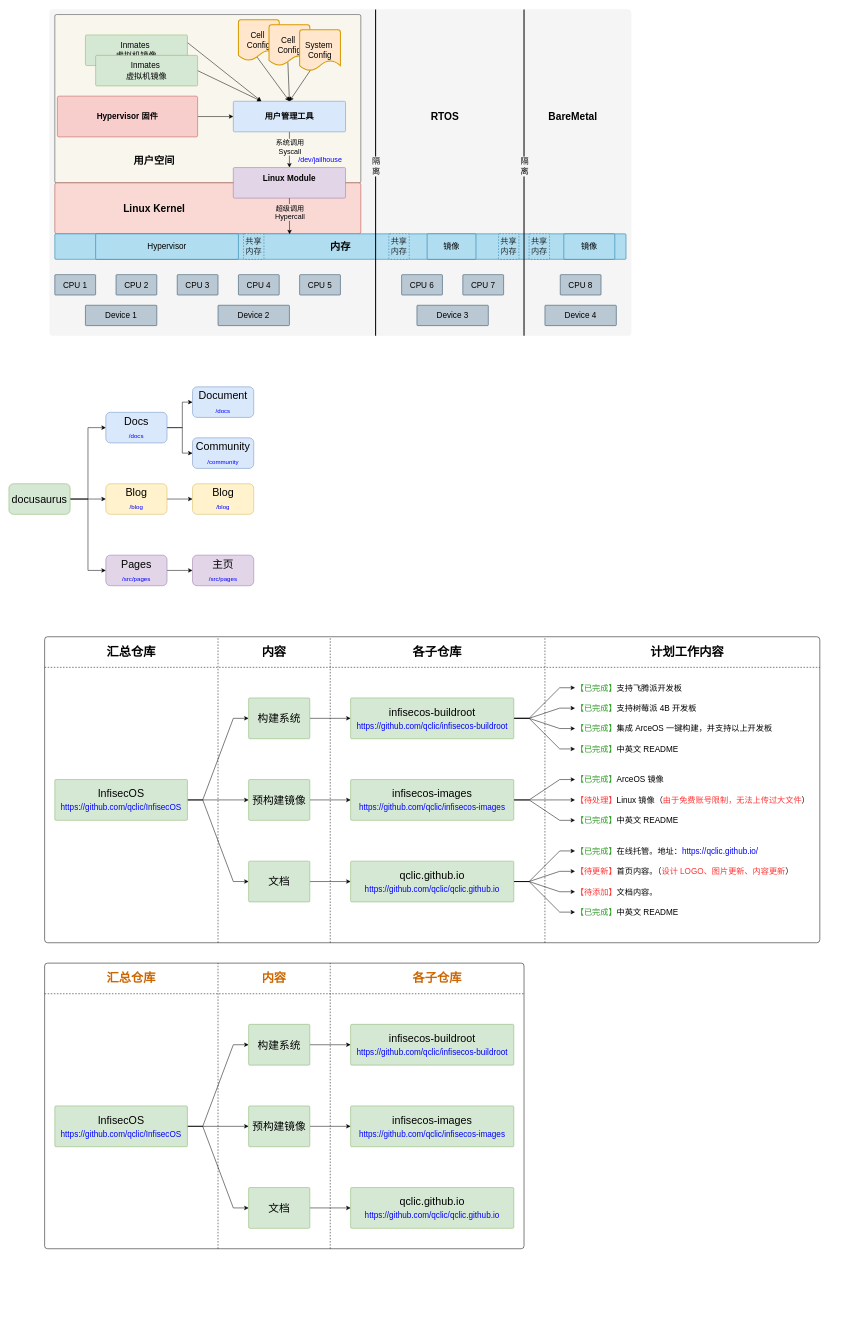
Above: page "arch" (1 of 3) of src/infisecos.drawio in qclic/qclic.github.io (draw.io), before the change. Source tidied: cells renumbered, new cells numbered last; positions are measured from the earlier drawing's top-left corner, leaving out a move shared by most shapes. Both pictures are drawn from the tidied source at 51%, with x=0, y=0 at pixel (9, 9).
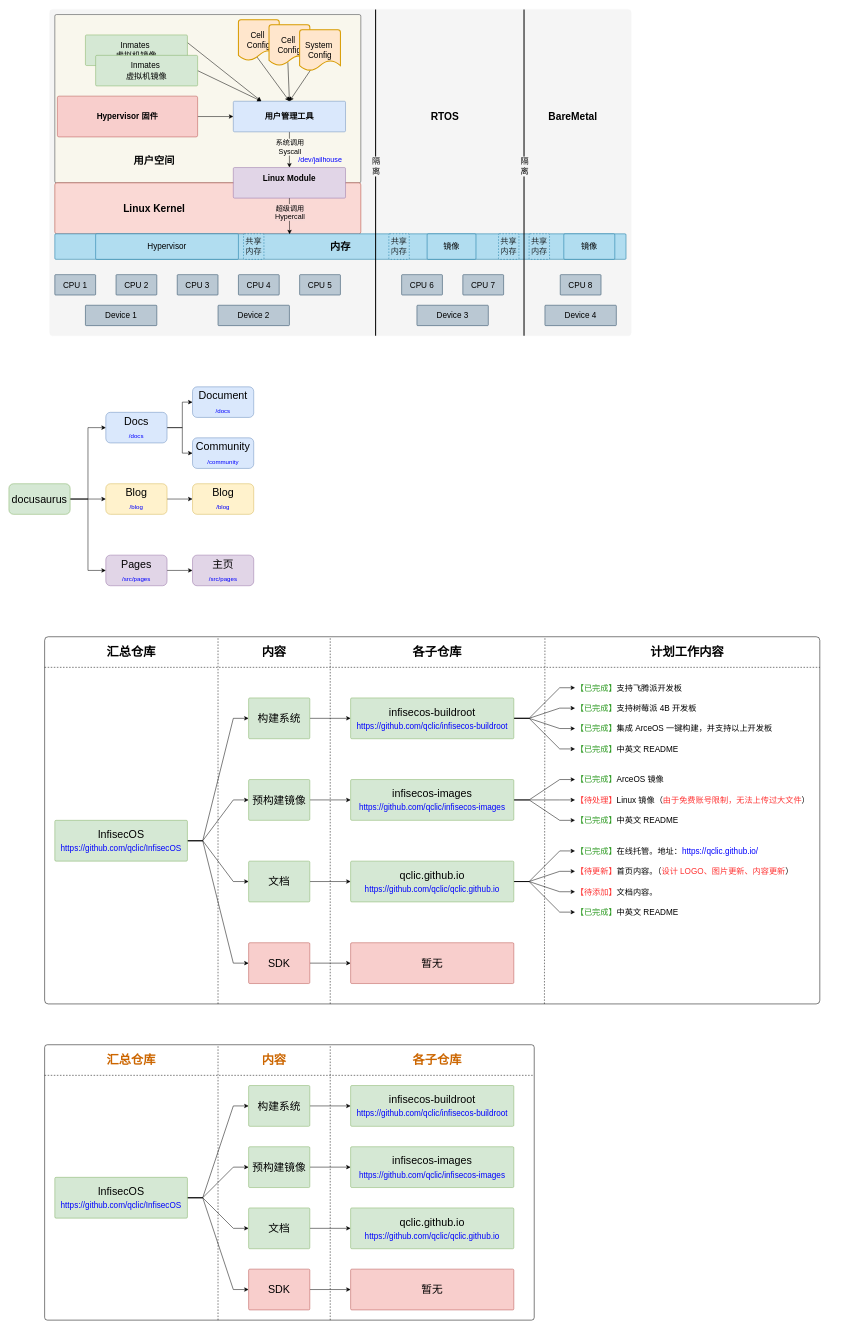
Above is the later version.

Unchanged cells that the change refers to:
```xml
<mxCell id="89" value="&lt;div&gt;预构建镜像&lt;/div&gt;" style="rounded=1;whiteSpace=wrap;html=1;fontSize=21;fillColor=#d5e8d4;strokeColor=#82b366;arcSize=3;" parent="1" vertex="1">
  <mxGeometry x="470" y="1510" width="120" height="80" as="geometry" />
</mxCell>
```

The edit, as a diff of the source:
```diff
@@
     <mxCell id="2" style="rounded=1;whiteSpace=wrap;html=1;arcSize=1;fillColor=none;" parent="1" vertex="1">
-      <mxGeometry x="70" y="1230" width="1520" height="600" as="geometry" />
+      <mxGeometry x="70" y="1230" width="1520" height="720" as="geometry" />
     </mxCell>
@@
-    <mxCell id="83" style="edgeStyle=orthogonalEdgeStyle;rounded=0;jettySize=auto;html=1;" parent="1" edge="1" source="85" target="89">
+    <mxCell id="83" style="edgeStyle=entityRelationEdgeStyle;rounded=0;jettySize=auto;html=1;" parent="1" edge="1" source="85" target="89">
       <mxGeometry relative="1" as="geometry" />
     </mxCell>
@@
+    <mxCell id="131" style="edgeStyle=entityRelationEdgeStyle;rounded=0;jettySize=auto;html=1;entryX=0;entryY=0.5;entryDx=0;entryDy=0;" parent="1" edge="1" source="85" target="134">
+      <mxGeometry relative="1" as="geometry" />
+    </mxCell>
     <mxCell id="85" value="&lt;div&gt;InfisecOS&lt;/div&gt;&lt;div&gt;&lt;font color=&quot;#0000ff&quot;&gt;&lt;span style=&quot;font-size: 16px;&quot;&gt;https://github.com/qclic/InfisecOS&lt;/span&gt;&lt;/font&gt;&lt;br&gt;&lt;/div&gt;" style="rounded=1;whiteSpace=wrap;html=1;fontSize=21;fillColor=#d5e8d4;strokeColor=#82b366;arcSize=3;" parent="1" vertex="1">
-      <mxGeometry x="90" y="1510" width="260" height="80" as="geometry" />
+      <mxGeometry x="90" y="1590" width="260" height="80" as="geometry" />
     </mxCell>
@@
     <mxCell id="98" value="&lt;font color=&quot;#ff3333&quot;&gt;【待处理】&lt;/font&gt;Linux 镜像（&lt;font color=&quot;#ff3333&quot;&gt;由于免费账号限制，无法上传过大文件&lt;/font&gt;）" style="text;html=1;align=left;verticalAlign=middle;whiteSpace=wrap;rounded=0;fontSize=16;" parent="1" vertex="1">
-      <mxGeometry x="1110" y="1530" width="539.2" height="40" as="geometry" />
+      <mxGeometry x="1110" y="1530" width="470" height="40" as="geometry" />
     </mxCell>
@@
     <mxCell id="103" style="endArrow=none;dashed=1;html=1;rounded=0;" parent="1" edge="1">
       <mxGeometry relative="1" as="geometry">
-        <mxPoint x="410" y="1830" as="sourcePoint" />
+        <mxPoint x="410" y="1950" as="sourcePoint" />
         <mxPoint x="410" y="1230" as="targetPoint" />
       </mxGeometry>
     </mxCell>
     <mxCell id="104" style="endArrow=none;dashed=1;html=1;rounded=0;" parent="1" edge="1">
       <mxGeometry relative="1" as="geometry">
-        <mxPoint x="630" y="1830" as="sourcePoint" />
+        <mxPoint x="630" y="1950" as="sourcePoint" />
         <mxPoint x="630" y="1230" as="targetPoint" />
       </mxGeometry>
     </mxCell>
     <mxCell id="105" style="endArrow=none;dashed=1;html=1;rounded=0;" parent="1" edge="1">
       <mxGeometry relative="1" as="geometry">
-        <mxPoint x="1051" y="1830" as="sourcePoint" />
+        <mxPoint x="1050" y="1950" as="sourcePoint" />
         <mxPoint x="1051" y="1230" as="targetPoint" />
       </mxGeometry>
     </mxCell>
@@
     <mxCell id="111" style="rounded=1;whiteSpace=wrap;html=1;arcSize=1;fillColor=none;" parent="1" vertex="1">
-      <mxGeometry x="70" y="1870" width="940" height="560" as="geometry" />
+      <mxGeometry x="70" y="2030" width="960" height="540" as="geometry" />
     </mxCell>
     <mxCell id="112" value="qclic.github.io&lt;div&gt;&lt;span style=&quot;color: rgb(0, 0, 255); font-size: 16px; background-color: initial;&quot;&gt;https://github.com/qclic/qclic.github.io&lt;/span&gt;&lt;br&gt;&lt;/div&gt;" style="rounded=1;whiteSpace=wrap;html=1;fontSize=21;fillColor=#d5e8d4;strokeColor=#82b366;arcSize=3;" parent="1" vertex="1">
-      <mxGeometry x="670" y="2310" width="320" height="80" as="geometry" />
+      <mxGeometry x="670" y="2350" width="320" height="80" as="geometry" />
     </mxCell>
     <mxCell id="113" value="&lt;div&gt;infisecos-images&lt;/div&gt;&lt;div&gt;&lt;font color=&quot;#0000ff&quot;&gt;&lt;span style=&quot;font-size: 16px;&quot;&gt;https://github.com/qclic/infisecos-images&lt;/span&gt;&lt;/font&gt;&lt;br&gt;&lt;/div&gt;" style="rounded=1;whiteSpace=wrap;html=1;fontSize=21;fillColor=#d5e8d4;strokeColor=#82b366;arcSize=3;" parent="1" vertex="1">
-      <mxGeometry x="670" y="2150" width="320" height="80" as="geometry" />
+      <mxGeometry x="670" y="2230" width="320" height="80" as="geometry" />
     </mxCell>
     <mxCell id="114" value="&lt;div&gt;infisecos-buildroot&lt;br&gt;&lt;/div&gt;&lt;div&gt;&lt;font color=&quot;#0000ff&quot;&gt;&lt;span style=&quot;font-size: 16px;&quot;&gt;https://github.com/qclic/infisecos-buildroot&lt;/span&gt;&lt;/font&gt;&lt;br&gt;&lt;/div&gt;" style="rounded=1;whiteSpace=wrap;html=1;fontSize=21;fillColor=#d5e8d4;strokeColor=#82b366;arcSize=3;" parent="1" vertex="1">
-      <mxGeometry x="670" y="1990" width="320" height="80" as="geometry" />
+      <mxGeometry x="670" y="2110" width="320" height="80" as="geometry" />
     </mxCell>
@@
-    <mxCell id="116" style="edgeStyle=orthogonalEdgeStyle;rounded=0;jettySize=auto;html=1;" parent="1" edge="1" source="118" target="122">
+    <mxCell id="116" style="edgeStyle=entityRelationEdgeStyle;rounded=0;jettySize=auto;html=1;" parent="1" edge="1" source="118" target="122">
       <mxGeometry relative="1" as="geometry" />
     </mxCell>
@@
+    <mxCell id="132" style="edgeStyle=entityRelationEdgeStyle;rounded=0;jettySize=auto;html=1;entryX=0;entryY=0.5;entryDx=0;entryDy=0;" parent="1" edge="1" source="118" target="137">
+      <mxGeometry relative="1" as="geometry" />
+    </mxCell>
     <mxCell id="118" value="&lt;div&gt;InfisecOS&lt;/div&gt;&lt;div&gt;&lt;font color=&quot;#0000ff&quot;&gt;&lt;span style=&quot;font-size: 16px;&quot;&gt;https://github.com/qclic/InfisecOS&lt;/span&gt;&lt;/font&gt;&lt;br&gt;&lt;/div&gt;" style="rounded=1;whiteSpace=wrap;html=1;fontSize=21;fillColor=#d5e8d4;strokeColor=#82b366;arcSize=3;" parent="1" vertex="1">
-      <mxGeometry x="90" y="2150" width="260" height="80" as="geometry" />
+      <mxGeometry x="90" y="2290" width="260" height="80" as="geometry" />
     </mxCell>
@@
     <mxCell id="120" value="&lt;div&gt;构建系统&lt;/div&gt;" style="rounded=1;whiteSpace=wrap;html=1;fontSize=21;fillColor=#d5e8d4;strokeColor=#82b366;arcSize=3;" parent="1" vertex="1">
-      <mxGeometry x="470" y="1990" width="120" height="80" as="geometry" />
+      <mxGeometry x="470" y="2110" width="120" height="80" as="geometry" />
     </mxCell>
@@
     <mxCell id="122" value="&lt;div&gt;预构建镜像&lt;/div&gt;" style="rounded=1;whiteSpace=wrap;html=1;fontSize=21;fillColor=#d5e8d4;strokeColor=#82b366;arcSize=3;" parent="1" vertex="1">
-      <mxGeometry x="470" y="2150" width="120" height="80" as="geometry" />
+      <mxGeometry x="470" y="2230" width="120" height="80" as="geometry" />
     </mxCell>
@@
     <mxCell id="124" value="&lt;div&gt;文档&lt;/div&gt;" style="rounded=1;whiteSpace=wrap;html=1;fontSize=21;fillColor=#d5e8d4;strokeColor=#82b366;arcSize=3;" parent="1" vertex="1">
-      <mxGeometry x="470" y="2310" width="120" height="80" as="geometry" />
+      <mxGeometry x="470" y="2350" width="120" height="80" as="geometry" />
     </mxCell>
     <mxCell id="125" style="endArrow=none;dashed=1;html=1;rounded=0;" parent="1" edge="1">
       <mxGeometry relative="1" as="geometry">
-        <mxPoint x="410" y="2430" as="sourcePoint" />
-        <mxPoint x="410" y="1870" as="targetPoint" />
+        <mxPoint x="410" y="2570" as="sourcePoint" />
+        <mxPoint x="410" y="2030" as="targetPoint" />
       </mxGeometry>
     </mxCell>
     <mxCell id="126" style="endArrow=none;dashed=1;html=1;rounded=0;" parent="1" edge="1">
       <mxGeometry relative="1" as="geometry">
-        <mxPoint x="630" y="2430" as="sourcePoint" />
-        <mxPoint x="630" y="1870" as="targetPoint" />
+        <mxPoint x="630" y="2570" as="sourcePoint" />
+        <mxPoint x="630" y="2030" as="targetPoint" />
       </mxGeometry>
     </mxCell>
     <mxCell id="127" style="endArrow=none;dashed=1;html=1;rounded=0;fontColor=#CC6600;" parent="1" edge="1">
       <mxGeometry relative="1" as="geometry">
-        <mxPoint x="70" y="1930" as="sourcePoint" />
-        <mxPoint x="1010" y="1930" as="targetPoint" />
+        <mxPoint x="70" y="2090" as="sourcePoint" />
+        <mxPoint x="1030" y="2090" as="targetPoint" />
       </mxGeometry>
     </mxCell>
     <mxCell id="128" value="汇总仓库" style="text;html=1;align=center;verticalAlign=middle;whiteSpace=wrap;rounded=0;fontStyle=1;fontSize=24;fontColor=#CC6600;" parent="1" vertex="1">
-      <mxGeometry x="150" y="1870" width="180" height="60" as="geometry" />
+      <mxGeometry x="150" y="2030" width="180" height="60" as="geometry" />
     </mxCell>
     <mxCell id="129" value="内容" style="text;html=1;align=center;verticalAlign=middle;whiteSpace=wrap;rounded=0;fontStyle=1;fontSize=24;fontColor=#CC6600;" parent="1" vertex="1">
-      <mxGeometry x="430" y="1870" width="180" height="60" as="geometry" />
+      <mxGeometry x="430" y="2030" width="180" height="60" as="geometry" />
     </mxCell>
     <mxCell id="130" value="各子仓库" style="text;html=1;align=center;verticalAlign=middle;whiteSpace=wrap;rounded=0;fontStyle=1;fontSize=24;fontColor=#CC6600;" parent="1" vertex="1">
-      <mxGeometry x="750" y="1870" width="180" height="60" as="geometry" />
+      <mxGeometry x="750" y="2030" width="180" height="60" as="geometry" />
     </mxCell>
+    <mxCell id="133" style="edgeStyle=orthogonalEdgeStyle;rounded=0;jettySize=auto;html=1;" parent="1" edge="1" source="134" target="135">
+      <mxGeometry relative="1" as="geometry" />
+    </mxCell>
+    <mxCell id="134" value="&lt;div&gt;SDK&lt;/div&gt;" style="rounded=1;whiteSpace=wrap;html=1;fontSize=21;fillColor=#f8cecc;strokeColor=#b85450;arcSize=3;" parent="1" vertex="1">
+      <mxGeometry x="470" y="1830" width="120" height="80" as="geometry" />
+    </mxCell>
+    <mxCell id="135" value="&lt;div&gt;暂无&lt;/div&gt;" style="rounded=1;whiteSpace=wrap;html=1;fontSize=21;fillColor=#f8cecc;strokeColor=#b85450;arcSize=3;" parent="1" vertex="1">
+      <mxGeometry x="670" y="1830" width="320" height="80" as="geometry" />
+    </mxCell>
+    <mxCell id="136" style="edgeStyle=orthogonalEdgeStyle;rounded=0;jettySize=auto;html=1;" parent="1" edge="1" source="137" target="138">
+      <mxGeometry relative="1" as="geometry" />
+    </mxCell>
+    <mxCell id="137" value="&lt;div&gt;SDK&lt;/div&gt;" style="rounded=1;whiteSpace=wrap;html=1;fontSize=21;fillColor=#f8cecc;strokeColor=#b85450;arcSize=3;" parent="1" vertex="1">
+      <mxGeometry x="470" y="2470" width="120" height="80" as="geometry" />
+    </mxCell>
+    <mxCell id="138" value="&lt;div&gt;暂无&lt;/div&gt;" style="rounded=1;whiteSpace=wrap;html=1;fontSize=21;fillColor=#f8cecc;strokeColor=#b85450;arcSize=3;" parent="1" vertex="1">
+      <mxGeometry x="670" y="2470" width="320" height="80" as="geometry" />
+    </mxCell>
```
